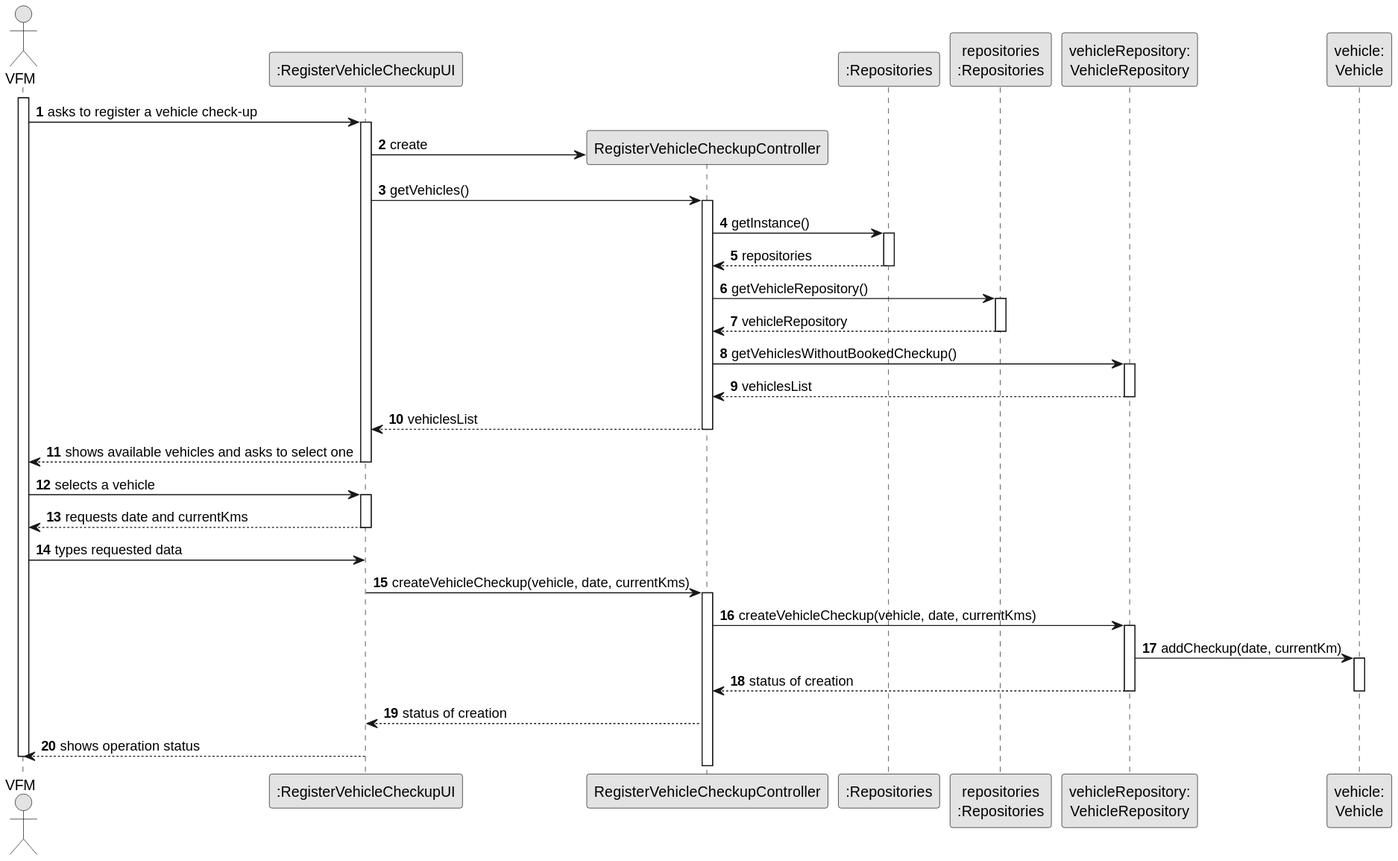
This is docs/sprintB/us007/03.design/svg/us007-sequence-diagram-full.svg from Departamento-de-Engenharia-Informatica/lei-24-s2-1do-g164, a PlantUML export, as it was before one commit.
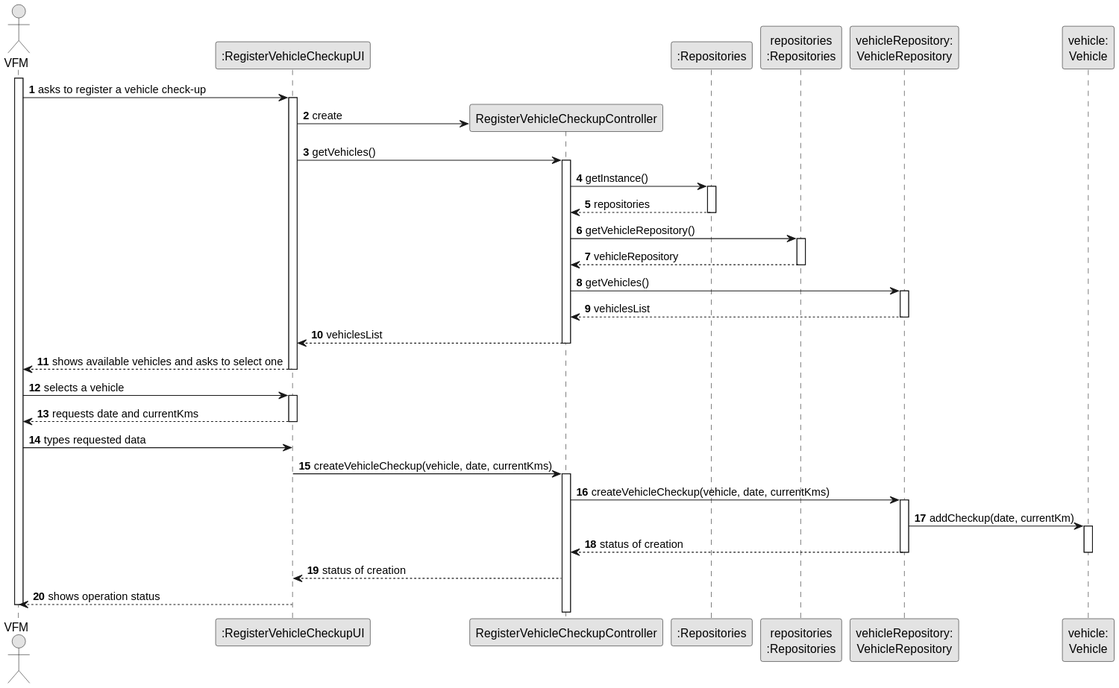
The same file after the commit.

The edit, as a diff of the source:
```diff
@@ -35,7 +35,7 @@
                     PLAT --> CTRL: vehicleRepository
                 deactivate PLAT
 
-                CTRL -> VehicleRepository : getVehiclesWithoutBookedCheckup()
+                CTRL -> VehicleRepository : getVehicles()
                 activate VehicleRepository
 
                     VehicleRepository --> CTRL : vehiclesList
```
